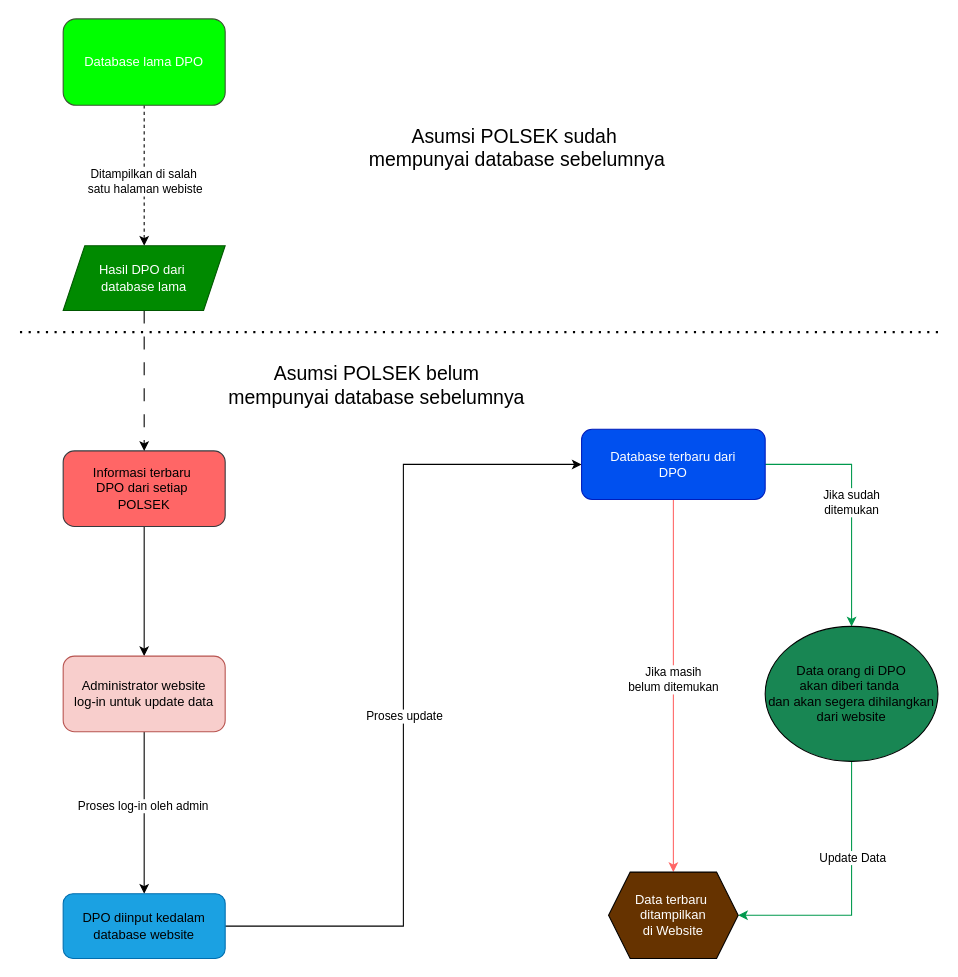
Earlier version of the draw.io diagram Final_flow.drawio (Irvanray21/final_project). Source tidied: cells renumbered, new cells numbered last; positions are measured from the earlier drawing's top-left corner, leaving out a move shared by most shapes. Both pictures are drawn from the tidied source at 108%, with x=0, y=0 at pixel (19, 18).
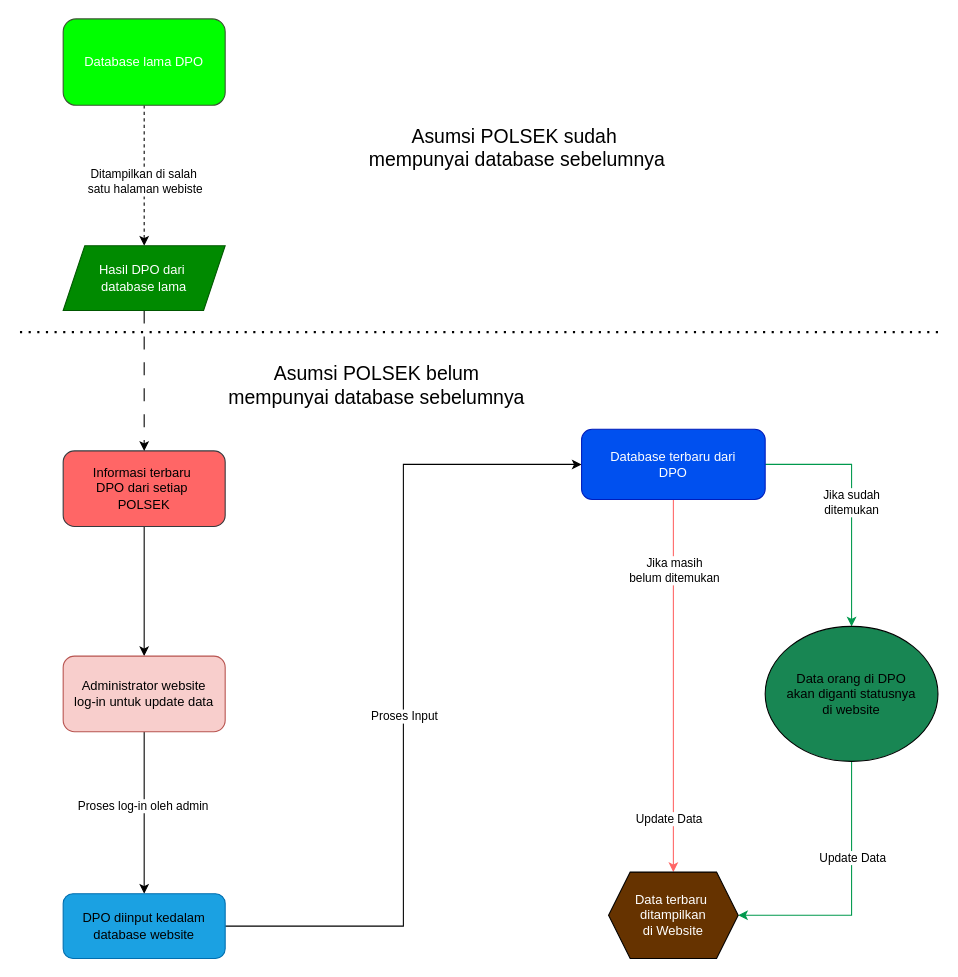
Above is the later version.

The change refers to these unchanged cells:
```xml
<mxCell id="7" style="edgeStyle=orthogonalEdgeStyle;rounded=0;jettySize=auto;html=1;entryX=0;entryY=0.5;entryDx=0;entryDy=0;" parent="1" edge="1" source="9" target="13">
  <mxGeometry relative="1" as="geometry" />
</mxCell>
<mxCell id="10" style="edgeStyle=orthogonalEdgeStyle;rounded=0;jettySize=auto;html=1;strokeColor=#FF6666;" parent="1" edge="1" source="13" target="24">
  <mxGeometry relative="1" as="geometry" />
</mxCell>
```

What changed in the source:
```diff
@@
-    <mxCell id="8" value="Proses update" style="edgeLabel;html=1;align=center;verticalAlign=middle;" parent="7" vertex="1">
+    <mxCell id="8" value="Proses Input" style="edgeLabel;html=1;align=center;verticalAlign=middle;" parent="7" vertex="1">
       <mxGeometry x="-0.05" relative="1" as="geometry" />
     </mxCell>
@@
     <mxCell id="11" value="Jika masih&lt;div&gt;belum ditemukan&lt;/div&gt;" style="edgeLabel;html=1;align=center;verticalAlign=middle;" parent="10" vertex="1">
-      <mxGeometry x="-0.04" y="-1" relative="1" as="geometry" />
+      <mxGeometry x="-0.04" y="-1" relative="1" as="geometry">
+        <mxPoint x="1" y="-101" as="offset" />
+      </mxGeometry>
     </mxCell>
@@
-    <mxCell id="23" value="Data orang di DPO&lt;div&gt;akan diberi tanda&amp;nbsp;&lt;/div&gt;&lt;div&gt;dan akan segera dihilangkan dari website&lt;/div&gt;" style="ellipse;whiteSpace=wrap;html=1;fillColor=#188653;" parent="1" vertex="1">
+    <mxCell id="23" value="Data orang di DPO&lt;div&gt;akan diganti statusnya&lt;/div&gt;&lt;div&gt;&lt;span style=&quot;background-color: initial;&quot;&gt;di website&lt;/span&gt;&lt;/div&gt;" style="ellipse;whiteSpace=wrap;html=1;fillColor=#188653;" parent="1" vertex="1">
       <mxGeometry x="690" y="562.5" width="160" height="125" as="geometry" />
     </mxCell>
@@
+    <mxCell id="26" value="Update Data" style="edgeLabel;html=1;align=center;verticalAlign=middle;" parent="1" vertex="1">
+      <mxGeometry x="600" y="740" as="geometry" />
+    </mxCell>
```
